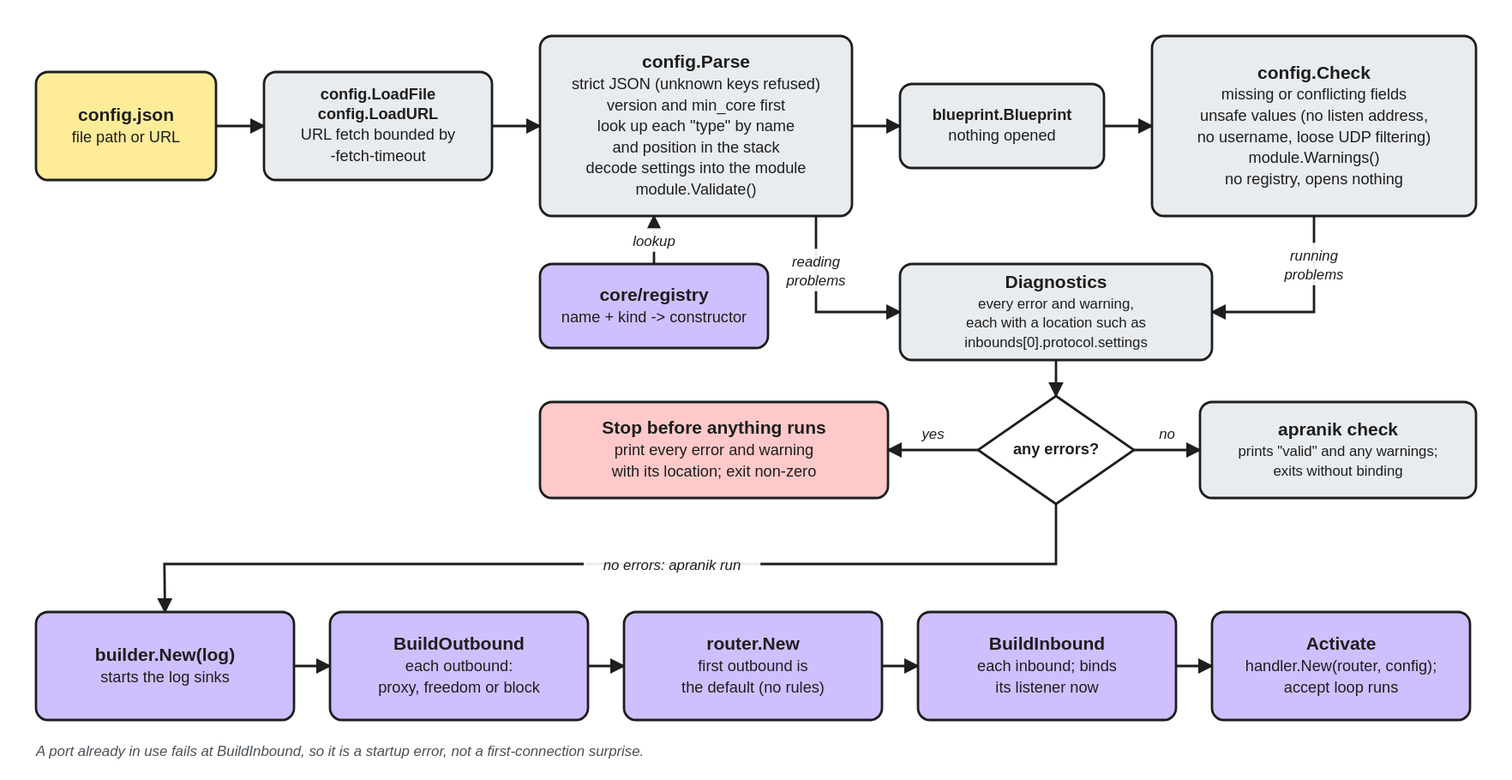
Above: docs/assets/diagrams/config-pipeline.excalidraw.svg in we-apranik/apranik (Excalidraw), before the change. Source tidied: one line per element, renumbered; positions are measured from the earlier drawing's top-left corner, leaving out a move shared by most shapes.
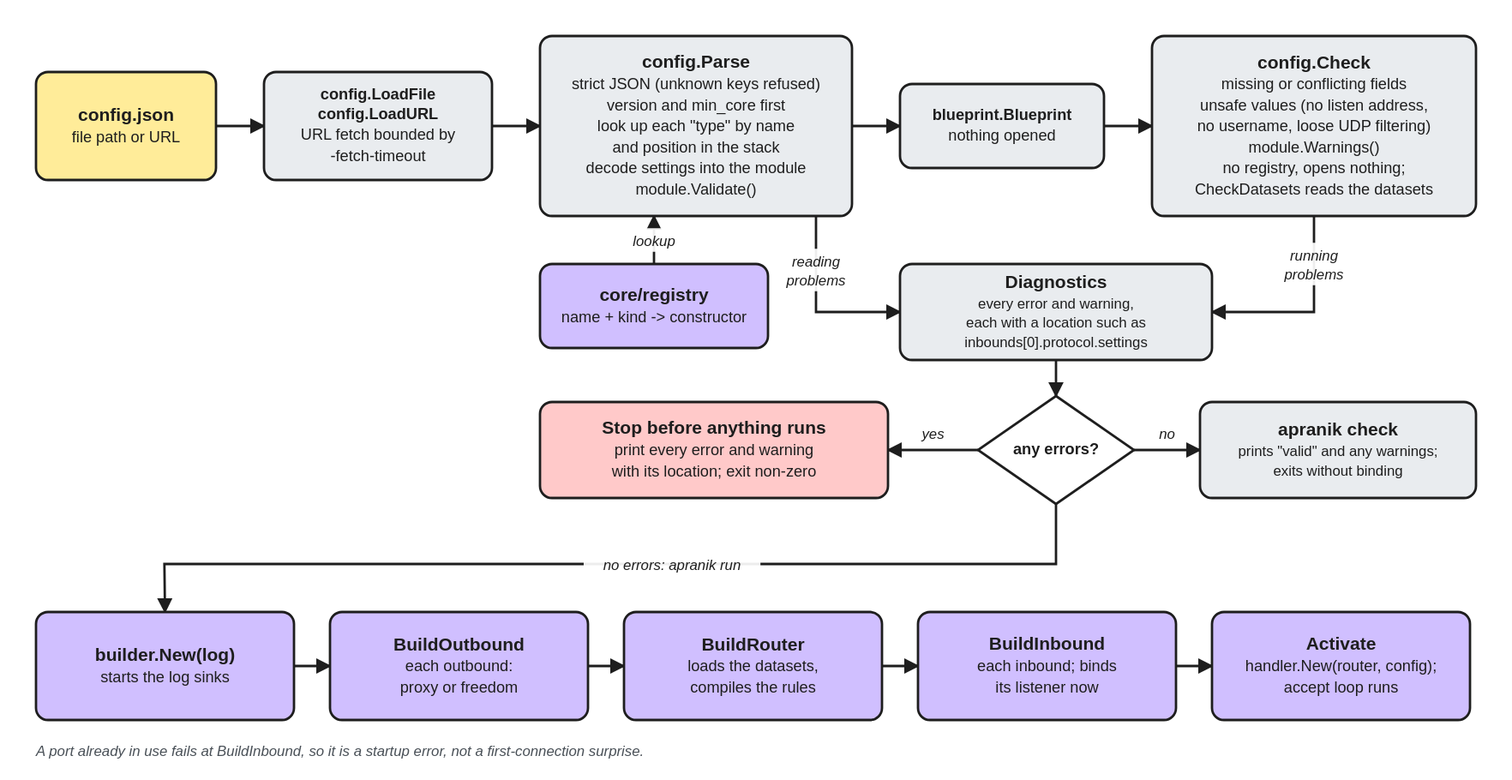
The same file after the commit.

Commit message:
Add BuildRouter and CheckDatasets to the config pipeline diagram

The edit, as a diff of the source:
```diff
@@ -7,7 +7,7 @@
 {"id": 6, "type": "rectangle", "strokeColor": "#1e1e1e", "backgroundColor": "#e9ecef", "fillStyle": "solid", "strokeWidth": 2, "roughness": 0, "round": true, "x": 720, "y": 40, "width": 170, "height": 70}
 {"id": 7, "type": "text", "text": "blueprint.Blueprint\nnothing opened", "strokeColor": "#1e1e1e", "strokeWidth": 2, "roughness": 0, "fontSize": 13, "fontFamily": 2, "textAlign": "center", "verticalAlign": "middle", "inside": 6, "x": 720, "y": 40, "width": 170, "height": 32}
 {"id": 8, "type": "rectangle", "strokeColor": "#1e1e1e", "backgroundColor": "#e9ecef", "fillStyle": "solid", "strokeWidth": 2, "roughness": 0, "round": true, "x": 930, "y": 0, "width": 270, "height": 150}
-{"id": 9, "type": "text", "text": "config.Check\nmissing or conflicting fields\nunsafe values (no listen address,\nno username, loose UDP filtering)\nmodule.Warnings()\nno registry, opens nothing", "strokeColor": "#1e1e1e", "strokeWidth": 2, "roughness": 0, "fontSize": 13, "fontFamily": 2, "textAlign": "center", "verticalAlign": "middle", "inside": 8, "x": 930, "y": 0, "width": 270, "height": 98}
+{"id": 9, "type": "text", "text": "config.Check\nmissing or conflicting fields\nunsafe values (no listen address,\nno username, loose UDP filtering)\nmodule.Warnings()\nno registry, opens nothing;\nCheckDatasets reads the datasets", "strokeColor": "#1e1e1e", "strokeWidth": 2, "roughness": 0, "fontSize": 13, "fontFamily": 2, "textAlign": "center", "verticalAlign": "middle", "inside": 8, "x": 930, "y": 0, "width": 270, "height": 114}
 {"id": 10, "type": "rectangle", "strokeColor": "#1e1e1e", "backgroundColor": "#d0bfff", "fillStyle": "solid", "strokeWidth": 2, "roughness": 0, "round": true, "x": 420, "y": 190, "width": 190, "height": 70}
 {"id": 11, "type": "text", "text": "core/registry\nname + kind -> constructor", "strokeColor": "#1e1e1e", "strokeWidth": 2, "roughness": 0, "fontSize": 13, "fontFamily": 2, "textAlign": "center", "verticalAlign": "middle", "inside": 10, "x": 420, "y": 190, "width": 190, "height": 32}
 {"id": 12, "type": "rectangle", "strokeColor": "#1e1e1e", "backgroundColor": "#e9ecef", "fillStyle": "solid", "strokeWidth": 2, "roughness": 0, "round": true, "x": 720, "y": 190, "width": 260, "height": 80}
@@ -21,9 +21,9 @@
 {"id": 20, "type": "rectangle", "strokeColor": "#1e1e1e", "backgroundColor": "#d0bfff", "fillStyle": "solid", "strokeWidth": 2, "roughness": 0, "round": true, "x": 0, "y": 480, "width": 215, "height": 90}
 {"id": 21, "type": "text", "text": "builder.New(log)\nstarts the log sinks", "strokeColor": "#1e1e1e", "strokeWidth": 2, "roughness": 0, "fontSize": 13, "fontFamily": 2, "textAlign": "center", "verticalAlign": "middle", "inside": 20, "x": 0, "y": 480, "width": 215, "height": 32}
 {"id": 22, "type": "rectangle", "strokeColor": "#1e1e1e", "backgroundColor": "#d0bfff", "fillStyle": "solid", "strokeWidth": 2, "roughness": 0, "round": true, "x": 245, "y": 480, "width": 215, "height": 90}
-{"id": 23, "type": "text", "text": "BuildOutbound\neach outbound:\nproxy, freedom or block", "strokeColor": "#1e1e1e", "strokeWidth": 2, "roughness": 0, "fontSize": 13, "fontFamily": 2, "textAlign": "center", "verticalAlign": "middle", "inside": 22, "x": 245, "y": 480, "width": 215, "height": 49}
+{"id": 23, "type": "text", "text": "BuildOutbound\neach outbound:\nproxy or freedom", "strokeColor": "#1e1e1e", "strokeWidth": 2, "roughness": 0, "fontSize": 13, "fontFamily": 2, "textAlign": "center", "verticalAlign": "middle", "inside": 22, "x": 245, "y": 480, "width": 215, "height": 49}
 {"id": 24, "type": "rectangle", "strokeColor": "#1e1e1e", "backgroundColor": "#d0bfff", "fillStyle": "solid", "strokeWidth": 2, "roughness": 0, "round": true, "x": 490, "y": 480, "width": 215, "height": 90}
-{"id": 25, "type": "text", "text": "router.New\nfirst outbound is\nthe default (no rules)", "strokeColor": "#1e1e1e", "strokeWidth": 2, "roughness": 0, "fontSize": 13, "fontFamily": 2, "textAlign": "center", "verticalAlign": "middle", "inside": 24, "x": 490, "y": 480, "width": 215, "height": 49}
+{"id": 25, "type": "text", "text": "BuildRouter\nloads the datasets,\ncompiles the rules", "strokeColor": "#1e1e1e", "strokeWidth": 2, "roughness": 0, "fontSize": 13, "fontFamily": 2, "textAlign": "center", "verticalAlign": "middle", "inside": 24, "x": 490, "y": 480, "width": 215, "height": 49}
 {"id": 26, "type": "rectangle", "strokeColor": "#1e1e1e", "backgroundColor": "#d0bfff", "fillStyle": "solid", "strokeWidth": 2, "roughness": 0, "round": true, "x": 735, "y": 480, "width": 215, "height": 90}
 {"id": 27, "type": "text", "text": "BuildInbound\neach inbound; binds\nits listener now", "strokeColor": "#1e1e1e", "strokeWidth": 2, "roughness": 0, "fontSize": 13, "fontFamily": 2, "textAlign": "center", "verticalAlign": "middle", "inside": 26, "x": 735, "y": 480, "width": 215, "height": 49}
 {"id": 28, "type": "rectangle", "strokeColor": "#1e1e1e", "backgroundColor": "#d0bfff", "fillStyle": "solid", "strokeWidth": 2, "roughness": 0, "round": true, "x": 980, "y": 480, "width": 215, "height": 90}
```
